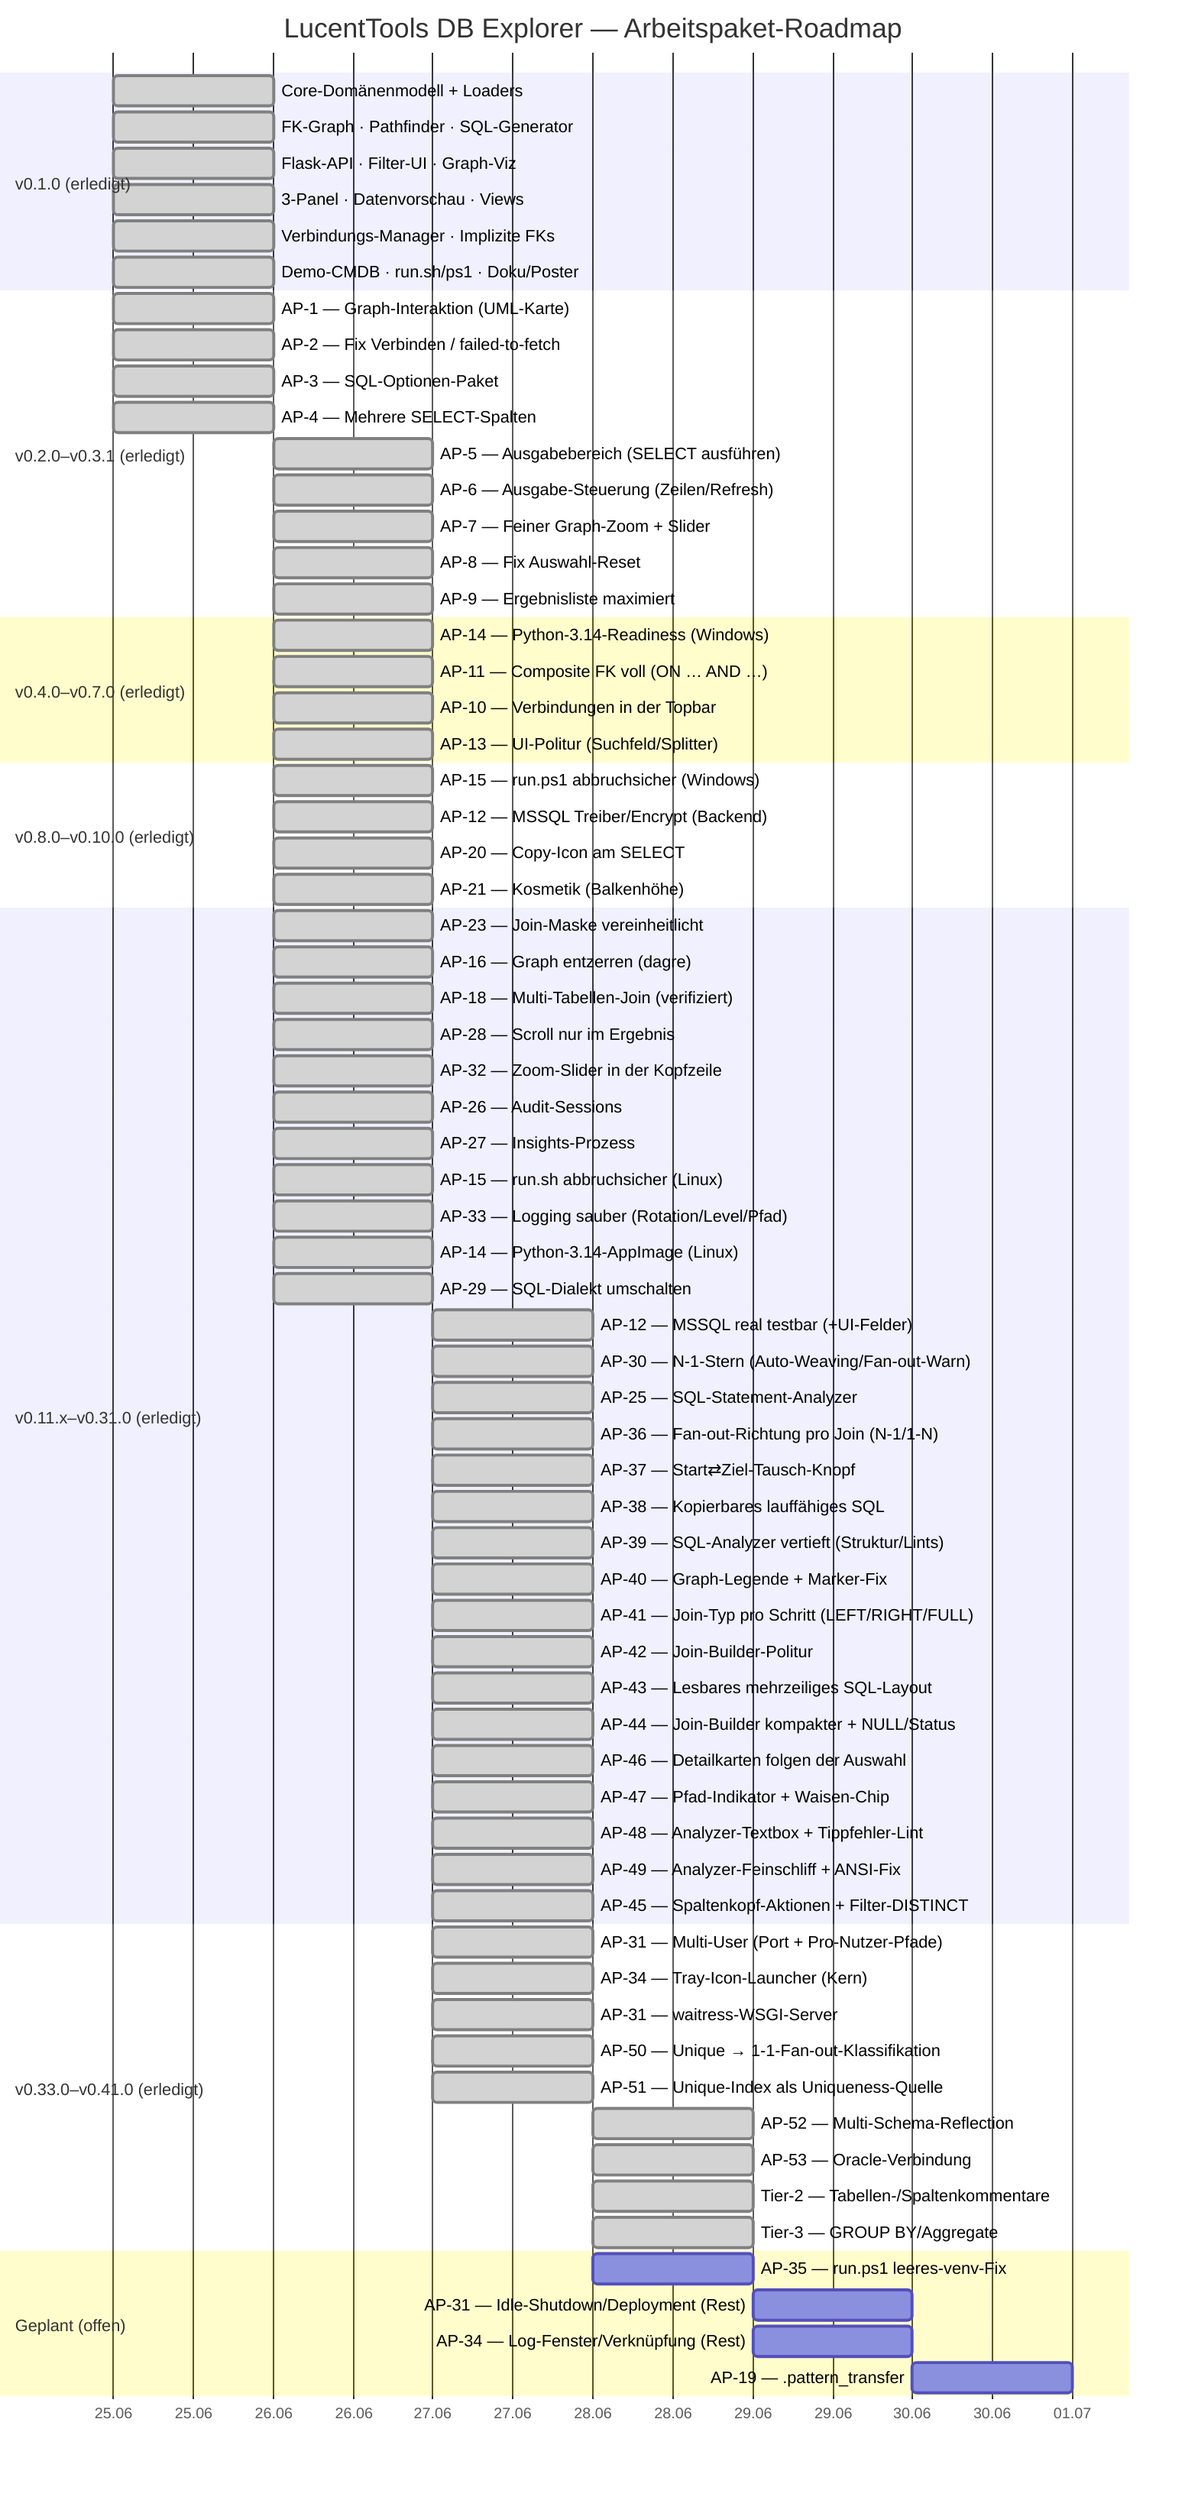
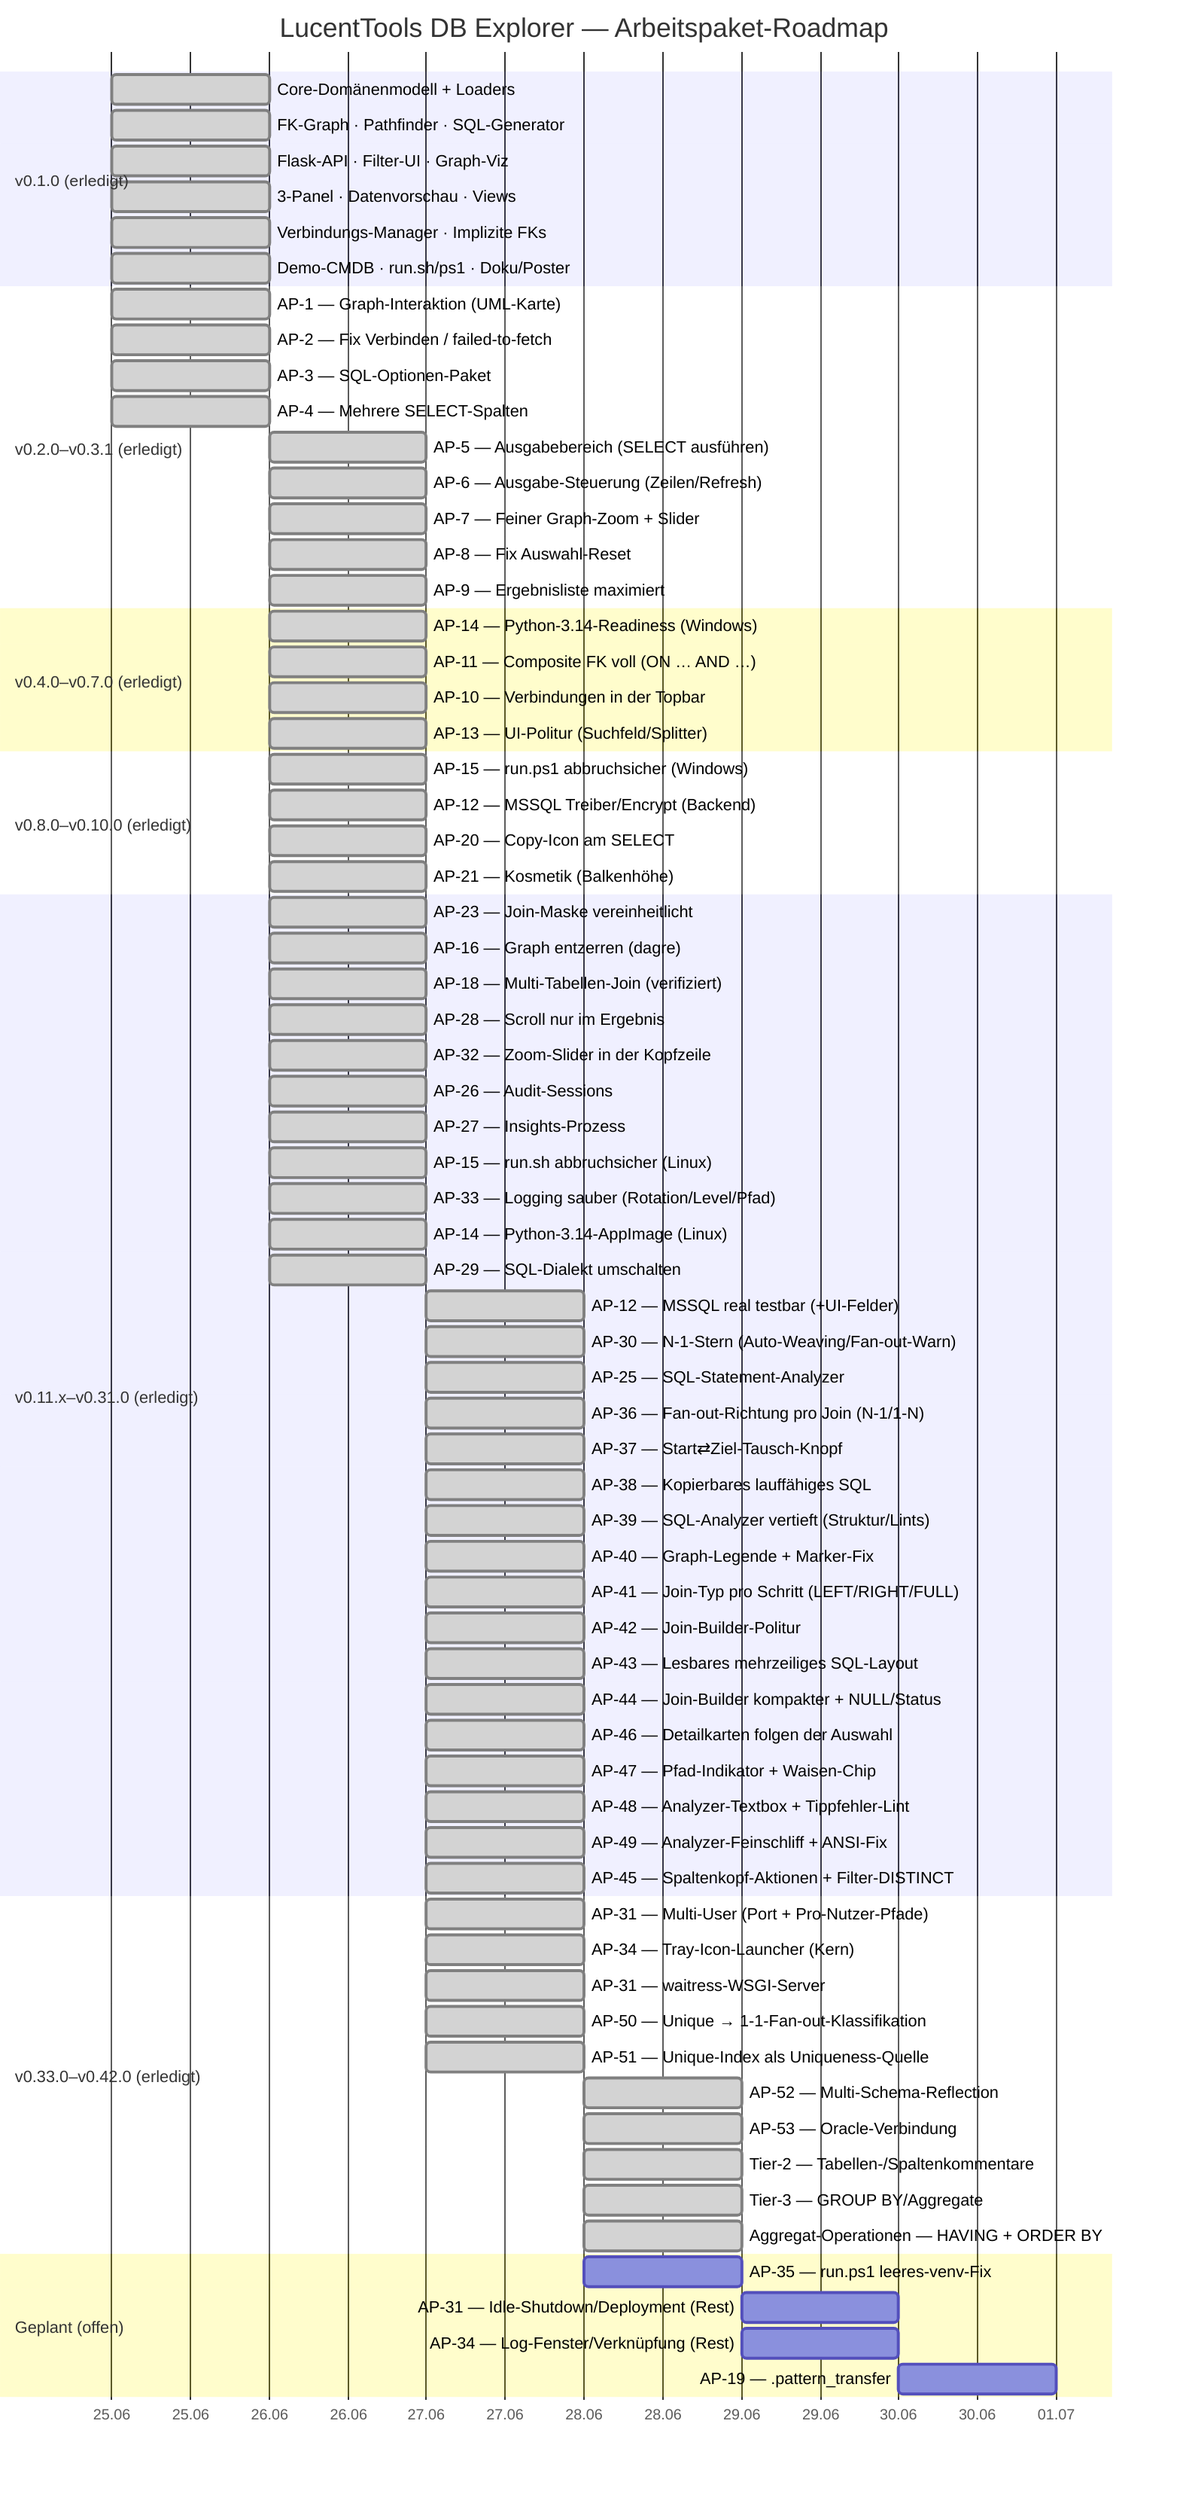
gantt
    title LucentTools DB Explorer — Arbeitspaket-Roadmap
    dateFormat  YYYY-MM-DD
    axisFormat  %d.%m

    section v0.1.0 (erledigt)
    Core-Domänenmodell + Loaders          :done, d1, 2026-06-25, 1d
    FK-Graph · Pathfinder · SQL-Generator :done, d2, 2026-06-25, 1d
    Flask-API · Filter-UI · Graph-Viz     :done, d3, 2026-06-25, 1d
    3-Panel · Datenvorschau · Views       :done, d4, 2026-06-25, 1d
    Verbindungs-Manager · Implizite FKs   :done, d5, 2026-06-25, 1d
    Demo-CMDB · run.sh/ps1 · Doku/Poster  :done, d6, 2026-06-25, 1d

    section v0.2.0–v0.3.1 (erledigt)
    AP-1 — Graph-Interaktion (UML-Karte)        :done, a1, 2026-06-25, 1d
    AP-2 — Fix Verbinden / failed-to-fetch      :done, a2, 2026-06-25, 1d
    AP-3 — SQL-Optionen-Paket                   :done, a3, 2026-06-25, 1d
    AP-4 — Mehrere SELECT-Spalten               :done, a4, 2026-06-25, 1d
    AP-5 — Ausgabebereich (SELECT ausführen)    :done, a5, 2026-06-26, 1d
    AP-6 — Ausgabe-Steuerung (Zeilen/Refresh)   :done, a6, 2026-06-26, 1d
    AP-7 — Feiner Graph-Zoom + Slider           :done, a7, 2026-06-26, 1d
    AP-8 — Fix Auswahl-Reset                    :done, a8, 2026-06-26, 1d
    AP-9 — Ergebnisliste maximiert              :done, a9, 2026-06-26, 1d

    section v0.4.0–v0.7.0 (erledigt)
    AP-14 — Python-3.14-Readiness (Windows)     :done, b1, 2026-06-26, 1d
    AP-11 — Composite FK voll (ON … AND …)      :done, b2, 2026-06-26, 1d
    AP-10 — Verbindungen in der Topbar          :done, b3, 2026-06-26, 1d
    AP-13 — UI-Politur (Suchfeld/Splitter)      :done, b4, 2026-06-26, 1d

    section v0.8.0–v0.10.0 (erledigt)
    AP-15 — run.ps1 abbruchsicher (Windows)     :done, c1, 2026-06-26, 1d
    AP-12 — MSSQL Treiber/Encrypt (Backend)     :done, c2, 2026-06-26, 1d
    AP-20 — Copy-Icon am SELECT                 :done, c3, 2026-06-26, 1d
    AP-21 — Kosmetik (Balkenhöhe)               :done, c4, 2026-06-26, 1d

    section v0.11.x–v0.31.0 (erledigt)
    AP-23 — Join-Maske vereinheitlicht          :done, e1, 2026-06-26, 1d
    AP-16 — Graph entzerren (dagre)             :done, e2, 2026-06-26, 1d
    AP-18 — Multi-Tabellen-Join (verifiziert)   :done, e3, 2026-06-26, 1d
    AP-28 — Scroll nur im Ergebnis              :done, e4, 2026-06-26, 1d
    AP-32 — Zoom-Slider in der Kopfzeile        :done, e5, 2026-06-26, 1d
    AP-26 — Audit-Sessions                      :done, e6, 2026-06-26, 1d
    AP-27 — Insights-Prozess                    :done, e7, 2026-06-26, 1d
    AP-15 — run.sh abbruchsicher (Linux)        :done, e8, 2026-06-26, 1d
    AP-33 — Logging sauber (Rotation/Level/Pfad) :done, e9, 2026-06-26, 1d
    AP-14 — Python-3.14-AppImage (Linux)         :done, e10, 2026-06-26, 1d
    AP-29 — SQL-Dialekt umschalten               :done, e11, 2026-06-26, 1d
    AP-12 — MSSQL real testbar (+UI-Felder)      :done, e12, 2026-06-27, 1d
    AP-30 — N-1-Stern (Auto-Weaving/Fan-out-Warn) :done, e13, 2026-06-27, 1d
    AP-25 — SQL-Statement-Analyzer               :done, e14, 2026-06-27, 1d
    AP-36 — Fan-out-Richtung pro Join (N-1/1-N)  :done, e15, 2026-06-27, 1d
    AP-37 — Start⇄Ziel-Tausch-Knopf              :done, e16, 2026-06-27, 1d
    AP-38 — Kopierbares lauffähiges SQL          :done, e17, 2026-06-27, 1d
    AP-39 — SQL-Analyzer vertieft (Struktur/Lints) :done, e18, 2026-06-27, 1d
    AP-40 — Graph-Legende + Marker-Fix           :done, e19, 2026-06-27, 1d
    AP-41 — Join-Typ pro Schritt (LEFT/RIGHT/FULL) :done, e20, 2026-06-27, 1d
    AP-42 — Join-Builder-Politur                 :done, e21, 2026-06-27, 1d
    AP-43 — Lesbares mehrzeiliges SQL-Layout      :done, e22, 2026-06-27, 1d
    AP-44 — Join-Builder kompakter + NULL/Status :done, e23, 2026-06-27, 1d
    AP-46 — Detailkarten folgen der Auswahl       :done, e24, 2026-06-27, 1d
    AP-47 — Pfad-Indikator + Waisen-Chip         :done, e25, 2026-06-27, 1d
    AP-48 — Analyzer-Textbox + Tippfehler-Lint   :done, e26, 2026-06-27, 1d
    AP-49 — Analyzer-Feinschliff + ANSI-Fix       :done, e27, 2026-06-27, 1d
    AP-45 — Spaltenkopf-Aktionen + Filter-DISTINCT :done, e28, 2026-06-27, 1d

-     section v0.33.0–v0.41.0 (erledigt)
+     section v0.33.0–v0.42.0 (erledigt)
    AP-31 — Multi-User (Port + Pro-Nutzer-Pfade) :done, f1, 2026-06-27, 1d
    AP-34 — Tray-Icon-Launcher (Kern)            :done, f2, 2026-06-27, 1d
    AP-31 — waitress-WSGI-Server                 :done, f3, 2026-06-27, 1d
    AP-50 — Unique → 1-1-Fan-out-Klassifikation  :done, f4, 2026-06-27, 1d
    AP-51 — Unique-Index als Uniqueness-Quelle   :done, f5, 2026-06-27, 1d
    AP-52 — Multi-Schema-Reflection              :done, f6, 2026-06-28, 1d
    AP-53 — Oracle-Verbindung                    :done, f7, 2026-06-28, 1d
    Tier-2 — Tabellen-/Spaltenkommentare         :done, f8, 2026-06-28, 1d
    Tier-3 — GROUP BY/Aggregate                  :done, f9, 2026-06-28, 1d
+     Aggregat-Operationen — HAVING + ORDER BY     :done, f10, 2026-06-28, 1d

    section Geplant (offen)
    AP-35 — run.ps1 leeres-venv-Fix             :p3, 2026-06-28, 1d
    AP-31 — Idle-Shutdown/Deployment (Rest)     :p5, 2026-06-29, 1d
    AP-34 — Log-Fenster/Verknüpfung (Rest)      :p6, 2026-06-29, 1d
    AP-19 — .pattern_transfer                   :p11, 2026-06-30, 1d
